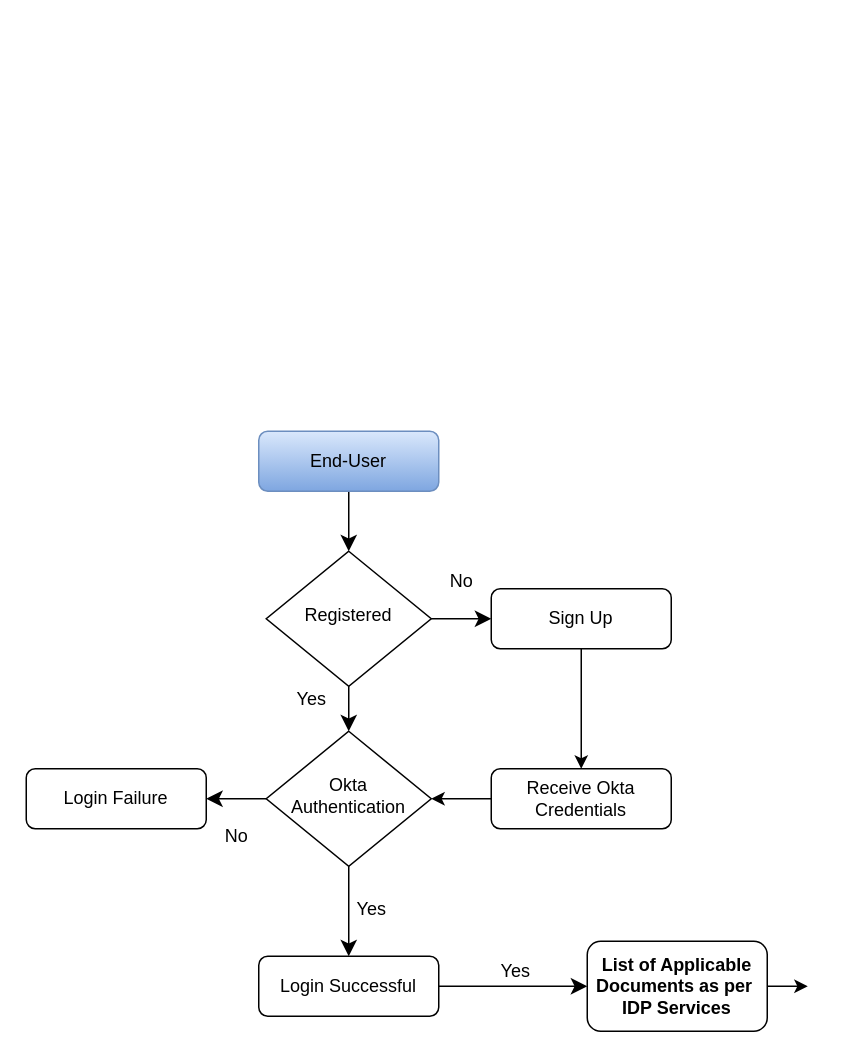
Above: Generic Ai.drawio in sidthedesigner/Draw.io (draw.io), before the change. Source tidied: cells renumbered, new cells numbered last; positions are measured from the earlier drawing's top-left corner, leaving out a move shared by most shapes. Both pictures are drawn from the tidied source at 150%, with x=0, y=0 at pixel (26, 430). Pictures stored in the file or linked from it are replaced by grey dashed boxes.
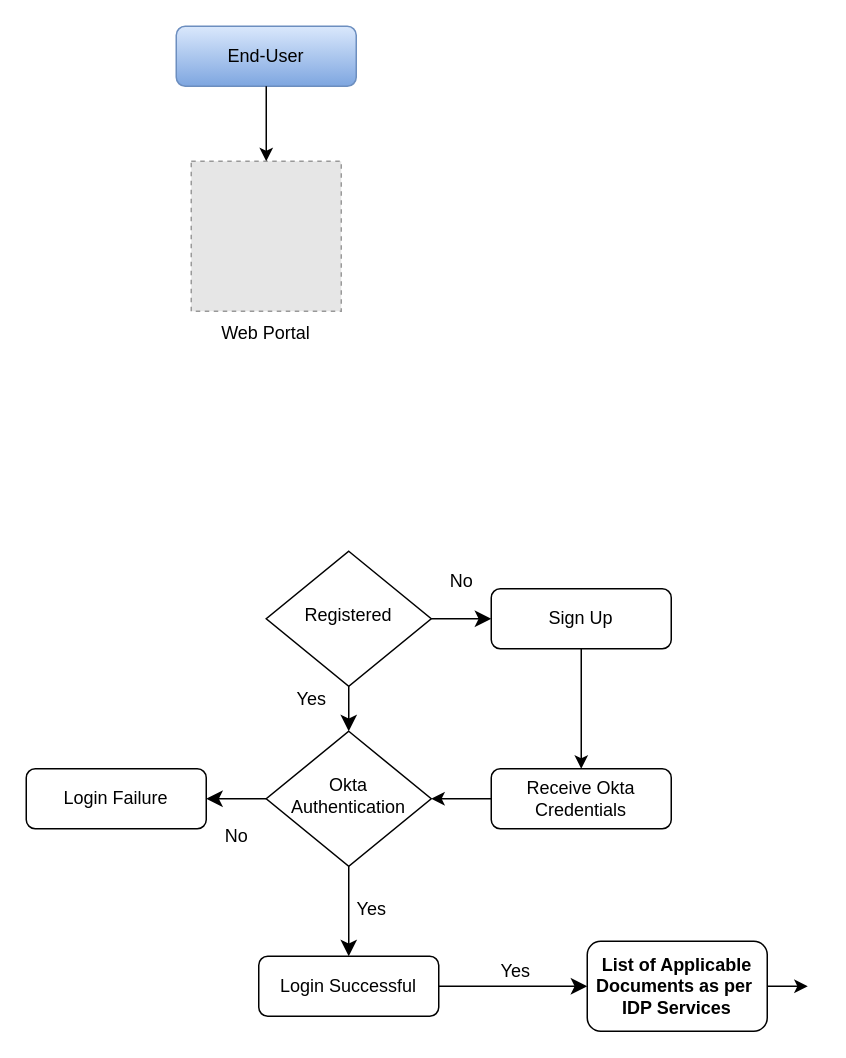
The same page after the edit.

Unchanged cells that the change refers to:
```xml
<mxCell id="6" value="Registered" style="rhombus;whiteSpace=wrap;html=1;shadow=0;fontFamily=Helvetica;fontSize=12;align=center;strokeWidth=1;spacing=6;spacingTop=-4;" parent="1" vertex="1">
  <mxGeometry x="160" y="80" width="110" height="90" as="geometry" />
</mxCell>
```

What changed in the source:
```diff
@@
-    <mxCell id="2" style="rounded=0;html=1;jettySize=auto;fontSize=12;endArrow=classic;endFill=1;endSize=8;strokeWidth=1;shadow=0;labelBackgroundColor=none;edgeStyle=orthogonalEdgeStyle;" parent="1" edge="1" source="3" target="6">
-      <mxGeometry relative="1" as="geometry" />
-    </mxCell>
     <mxCell id="3" value="End-User" style="rounded=1;whiteSpace=wrap;html=1;fontSize=12;glass=0;strokeWidth=1;shadow=0;fillColor=#dae8fc;gradientColor=#7ea6e0;strokeColor=#6c8ebf;" parent="1" vertex="1">
-      <mxGeometry x="155" width="120" height="40" as="geometry" />
+      <mxGeometry x="100" y="-270" width="120" height="40" as="geometry" />
     </mxCell>
@@
+    <mxCell id="19" style="fillColor=#E6E6E6;strokeColor=#999999;dashed=1;verticalLabelPosition=bottom;labelBackgroundColor=default;verticalAlign=top;" parent="1" vertex="1">
+      <mxGeometry x="110" y="-180" width="100" height="100" as="geometry" />
+    </mxCell>
+    <mxCell id="20" style="endArrow=classic;html=1;rounded=0;exitX=0.5;exitY=1;exitDx=0;exitDy=0;entryX=0.5;entryY=0;entryDx=0;entryDy=0;" parent="1" edge="1" source="3" target="19">
+      <mxGeometry relative="1" as="geometry" />
+    </mxCell>
+    <mxCell id="21" value="Web Portal" style="text;strokeColor=none;align=center;fillColor=none;html=1;verticalAlign=middle;whiteSpace=wrap;rounded=0;" parent="1" vertex="1">
+      <mxGeometry x="110" y="-80" width="100" height="30" as="geometry" />
+    </mxCell>
```
